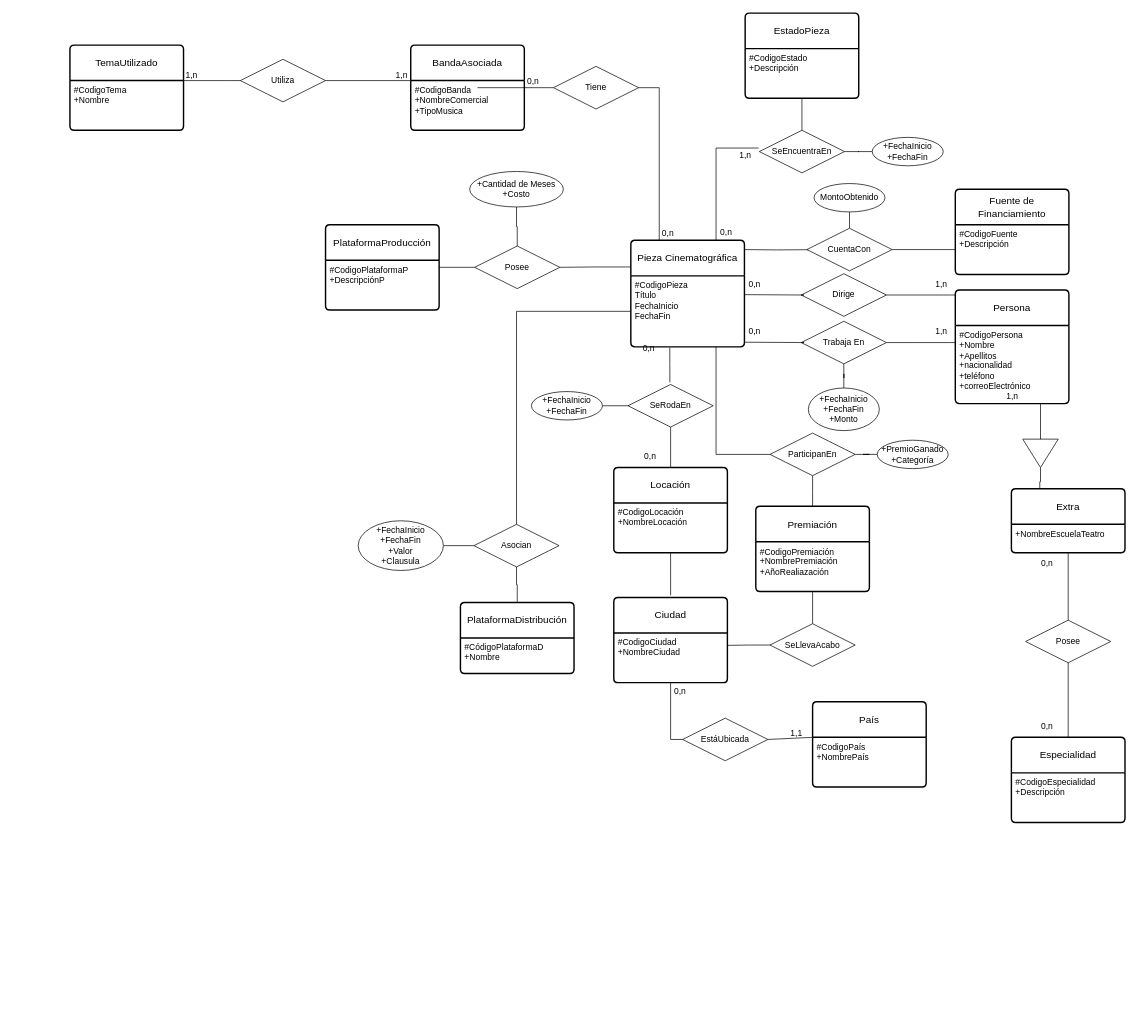
Before: MER.drawio in BenjaminAGH/Proyecto-Semestral-BD, a draw.io diagram. Source tidied: cells renumbered, new cells numbered last; positions are measured from the earlier drawing's top-left corner, leaving out a move shared by most shapes. Both pictures are drawn from the tidied source at 71%, with x=0, y=0 at pixel (17, 13).
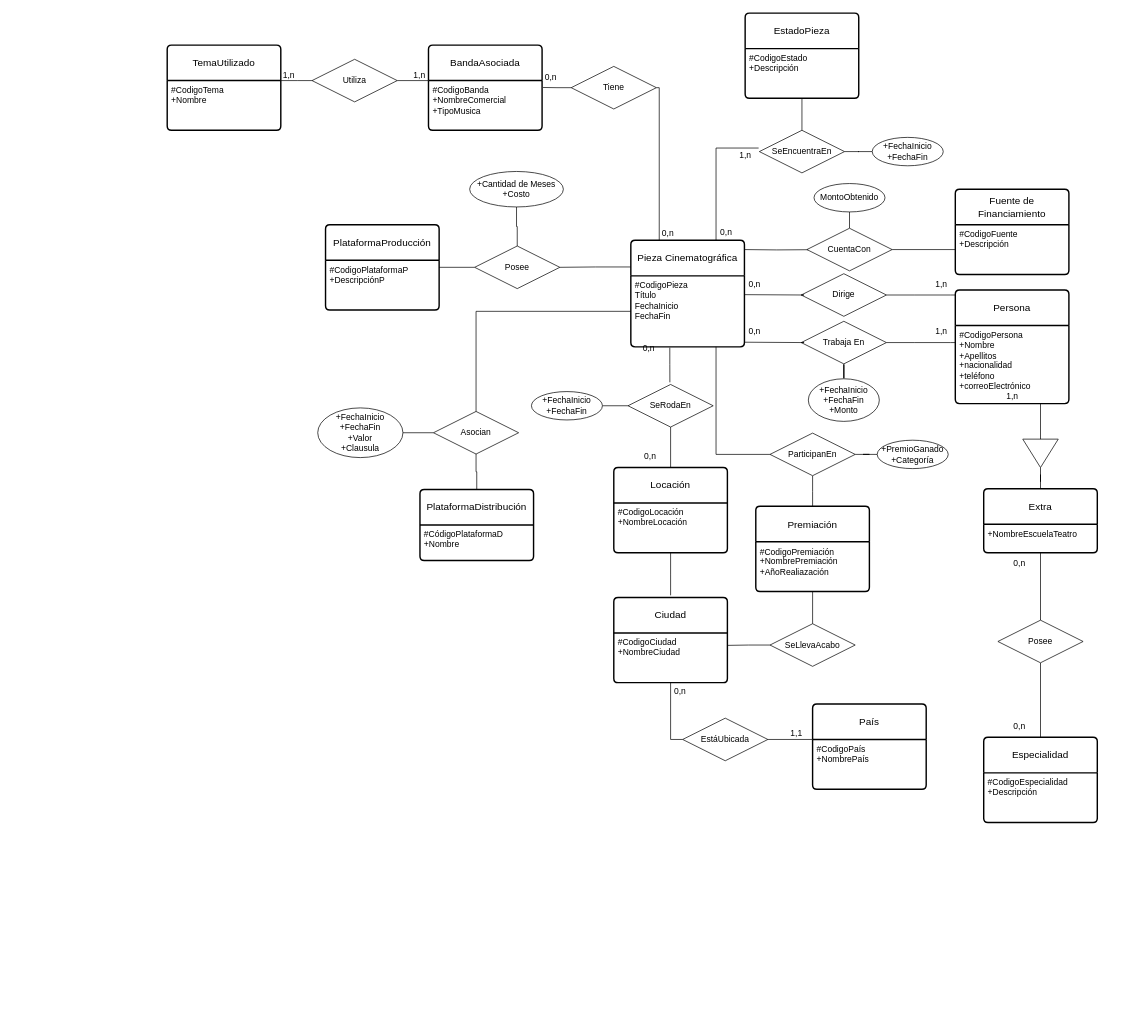
The same page after the edit.

Unchanged cells that the change refers to:
```xml
<mxCell id="23" value="&lt;div&gt;#CodigoTema&lt;/div&gt;&lt;div&gt;+Nombre&lt;br&gt;&lt;/div&gt;" style="align=left;strokeColor=none;fillColor=none;spacingLeft=4;fontSize=12;verticalAlign=top;html=1;" parent="22" vertex="1">
  <mxGeometry y="50" width="160" height="70" as="geometry" />
</mxCell>
<mxCell id="87" style="triangle;whiteSpace=wrap;html=1;rotation=90;" parent="1" vertex="1">
  <mxGeometry x="1421" y="595" width="40" height="50" as="geometry" />
</mxCell>
```

Change to the diagram source:
```diff
@@
     <mxCell id="11" value="País" style="swimlane;horizontal=1;startSize=50;rounded=1;fontSize=14;fontStyle=0;strokeWidth=2;shadow=0;dashed=0;align=center;arcSize=4;whiteSpace=wrap;html=1;" parent="1" vertex="1">
-      <mxGeometry x="1120" y="970" width="160" height="120" as="geometry" />
+      <mxGeometry x="1120" y="973" width="160" height="120" as="geometry" />
     </mxCell>
@@
     <mxCell id="13" value="BandaAsociada" style="swimlane;horizontal=1;startSize=50;rounded=1;fontSize=14;fontStyle=0;strokeWidth=2;shadow=0;dashed=0;align=center;arcSize=4;whiteSpace=wrap;html=1;" parent="1" vertex="1">
-      <mxGeometry x="554" y="45" width="160" height="120" as="geometry" />
+      <mxGeometry x="579" y="45" width="160" height="120" as="geometry" />
     </mxCell>
@@
     <mxCell id="18" value="Extra" style="swimlane;horizontal=1;startSize=50;rounded=1;fontSize=14;fontStyle=0;strokeWidth=2;shadow=0;dashed=0;align=center;arcSize=4;whiteSpace=wrap;html=1;" parent="1" vertex="1">
-      <mxGeometry x="1400" y="670" width="160" height="90" as="geometry" />
+      <mxGeometry x="1361" y="670" width="160" height="90" as="geometry" />
     </mxCell>
@@
     <mxCell id="20" value="Especialidad" style="swimlane;horizontal=1;startSize=50;rounded=1;fontSize=14;fontStyle=0;strokeWidth=2;shadow=0;dashed=0;align=center;arcSize=4;whiteSpace=wrap;html=1;" parent="1" vertex="1">
-      <mxGeometry x="1400" y="1020" width="160" height="120" as="geometry" />
+      <mxGeometry x="1361" y="1020" width="160" height="120" as="geometry" />
     </mxCell>
@@
     <mxCell id="22" value="TemaUtilizado" style="swimlane;horizontal=1;startSize=50;rounded=1;fontSize=14;fontStyle=0;strokeWidth=2;shadow=0;dashed=0;align=center;arcSize=4;whiteSpace=wrap;html=1;" parent="1" vertex="1">
-      <mxGeometry x="74" y="45" width="160" height="120" as="geometry" />
+      <mxGeometry x="211" y="45" width="160" height="120" as="geometry" />
     </mxCell>
@@
     <mxCell id="26" value="PlataformaDistribución" style="swimlane;horizontal=1;startSize=50;rounded=1;fontSize=14;fontStyle=0;strokeWidth=2;shadow=0;dashed=0;align=center;arcSize=4;whiteSpace=wrap;html=1;" parent="1" vertex="1">
-      <mxGeometry x="624" y="830" width="160" height="100" as="geometry" />
+      <mxGeometry x="567" y="671" width="160" height="100" as="geometry" />
     </mxCell>
@@
     <mxCell id="54" value="Posee" style="shape=rhombus;perimeter=rhombusPerimeter;whiteSpace=wrap;html=1;align=center;" parent="1" vertex="1">
-      <mxGeometry x="1420" y="855" width="120" height="60" as="geometry" />
+      <mxGeometry x="1381" y="855" width="120" height="60" as="geometry" />
     </mxCell>
     <mxCell id="55" value="0,n" style="text;html=1;align=center;verticalAlign=middle;strokeColor=none;fillColor=none;" parent="1" vertex="1">
-      <mxGeometry x="1430" y="990" width="40" height="30" as="geometry" />
+      <mxGeometry x="1391" y="990" width="40" height="30" as="geometry" />
     </mxCell>
     <mxCell id="56" value="0,n" style="text;html=1;align=center;verticalAlign=middle;strokeColor=none;fillColor=none;" parent="1" vertex="1">
-      <mxGeometry x="1430" y="760" width="40" height="30" as="geometry" />
+      <mxGeometry x="1391" y="760" width="40" height="30" as="geometry" />
     </mxCell>
@@
     <mxCell id="58" value="Tiene" style="shape=rhombus;perimeter=rhombusPerimeter;whiteSpace=wrap;html=1;align=center;" parent="1" vertex="1">
-      <mxGeometry x="755" y="75" width="120" height="60" as="geometry" />
+      <mxGeometry x="780" y="75" width="120" height="60" as="geometry" />
     </mxCell>
-    <mxCell id="59" style="endArrow=none;html=1;rounded=0;entryX=0;entryY=0.5;entryDx=0;entryDy=0;" parent="1" edge="1" target="58">
-      <mxGeometry relative="1" as="geometry">
-        <mxPoint x="648" y="105" as="sourcePoint" />
-      </mxGeometry>
-    </mxCell>
@@
     <mxCell id="61" value="0,n" style="text;html=1;align=center;verticalAlign=middle;points=[];strokeColor=none;fillColor=none;" parent="1" vertex="1">
-      <mxGeometry x="706" y="82" width="40" height="30" as="geometry" />
+      <mxGeometry x="731" y="76" width="40" height="30" as="geometry" />
     </mxCell>
     <mxCell id="62" value="Utiliza" style="shape=rhombus;perimeter=rhombusPerimeter;whiteSpace=wrap;html=1;align=center;" parent="1" vertex="1">
-      <mxGeometry x="314" y="65" width="120" height="60" as="geometry" />
+      <mxGeometry x="415" y="65" width="120" height="60" as="geometry" />
     </mxCell>
     <mxCell id="63" style="endArrow=none;html=1;rounded=0;exitX=0;exitY=0.5;exitDx=0;exitDy=0;entryX=1;entryY=0;entryDx=0;entryDy=0;" parent="1" edge="1" source="62" target="23">
       <mxGeometry relative="1" as="geometry">
         <Array as="points">
-          <mxPoint x="294" y="95" />
+          <mxPoint x="395" y="95" />
         </Array>
       </mxGeometry>
     </mxCell>
@@
     <mxCell id="65" value="1,n" style="text;html=1;align=center;verticalAlign=middle;strokeColor=none;fillColor=none;" parent="1" vertex="1">
-      <mxGeometry x="521" y="73" width="40" height="30" as="geometry" />
+      <mxGeometry x="546" y="73" width="40" height="30" as="geometry" />
     </mxCell>
     <mxCell id="66" value="1,n" style="text;html=1;align=center;verticalAlign=middle;strokeColor=none;fillColor=none;" parent="1" vertex="1">
-      <mxGeometry x="225" y="73" width="40" height="30" as="geometry" />
+      <mxGeometry x="362" y="73" width="40" height="30" as="geometry" />
     </mxCell>
@@
     <mxCell id="79" value="Asocian" style="shape=rhombus;perimeter=rhombusPerimeter;whiteSpace=wrap;html=1;align=center;" parent="1" vertex="1">
-      <mxGeometry x="643" y="720" width="120" height="60" as="geometry" />
+      <mxGeometry x="586" y="561" width="120" height="60" as="geometry" />
     </mxCell>
@@
-    <mxCell id="86" style="edgeStyle=orthogonalEdgeStyle;rounded=0;jettySize=auto;html=1;entryX=0.25;entryY=0;entryDx=0;entryDy=0;endArrow=none;endFill=0;" parent="1" edge="1" source="87" target="18">
+    <mxCell id="86" style="edgeStyle=orthogonalEdgeStyle;rounded=0;jettySize=auto;html=1;entryX=0.5;entryY=0;entryDx=0;entryDy=0;endArrow=none;endFill=0;" parent="1" edge="1" source="87" target="18">
       <mxGeometry relative="1" as="geometry" />
     </mxCell>
@@
     <mxCell id="96" value="&lt;div&gt;+FechaInicio&lt;/div&gt;&lt;div&gt;+FechaFin&lt;/div&gt;&lt;div&gt;+Valor&lt;/div&gt;&lt;div&gt;+Clausula&lt;br&gt;&lt;/div&gt;" style="ellipse;whiteSpace=wrap;html=1;align=center;" parent="1" vertex="1">
-      <mxGeometry x="480" y="715" width="120" height="70" as="geometry" />
+      <mxGeometry x="423" y="556" width="120" height="70" as="geometry" />
     </mxCell>
@@
     <mxCell id="107" value="+FechaInicio&lt;div&gt;+FechaFin&lt;/div&gt;&lt;div&gt;+Monto&lt;/div&gt;" style="ellipse;whiteSpace=wrap;html=1;align=center;" parent="1" vertex="1">
-      <mxGeometry x="1114" y="528" width="100" height="60" as="geometry" />
+      <mxGeometry x="1114" y="515" width="100" height="60" as="geometry" />
     </mxCell>
+    <mxCell id="108" style="edgeStyle=orthogonalEdgeStyle;rounded=0;jettySize=auto;html=1;entryX=0.233;entryY=0.957;entryDx=0;entryDy=0;entryPerimeter=0;endArrow=none;endFill=0;" parent="1" edge="1" source="58" target="61">
+      <mxGeometry relative="1" as="geometry" />
+    </mxCell>
```
